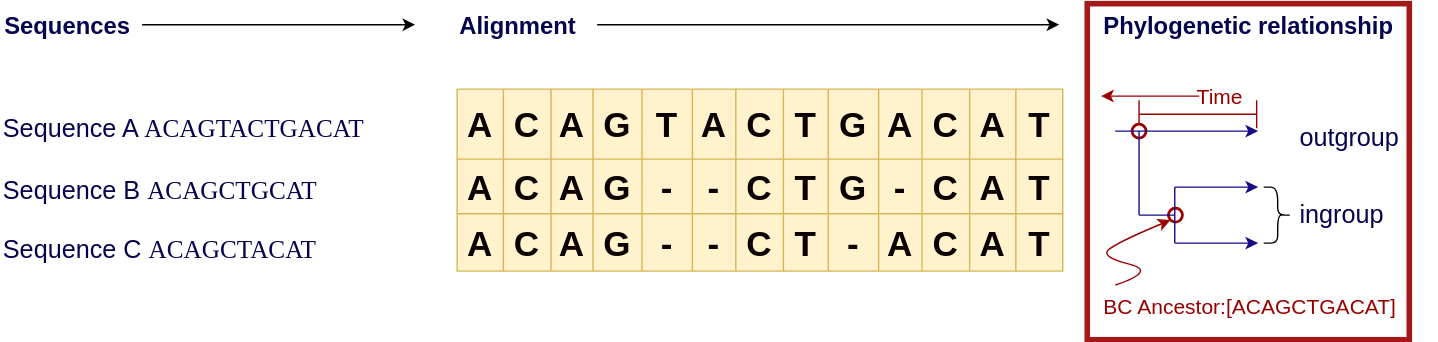
This is images/3alignment_infer.drawio.svg from khiron/dBGAlignSlides, a draw.io export, as it was before one commit. Source tidied: cells renumbered, new cells last; positions are measured from the earlier drawing's top-left corner, leaving out a move shared by most shapes.
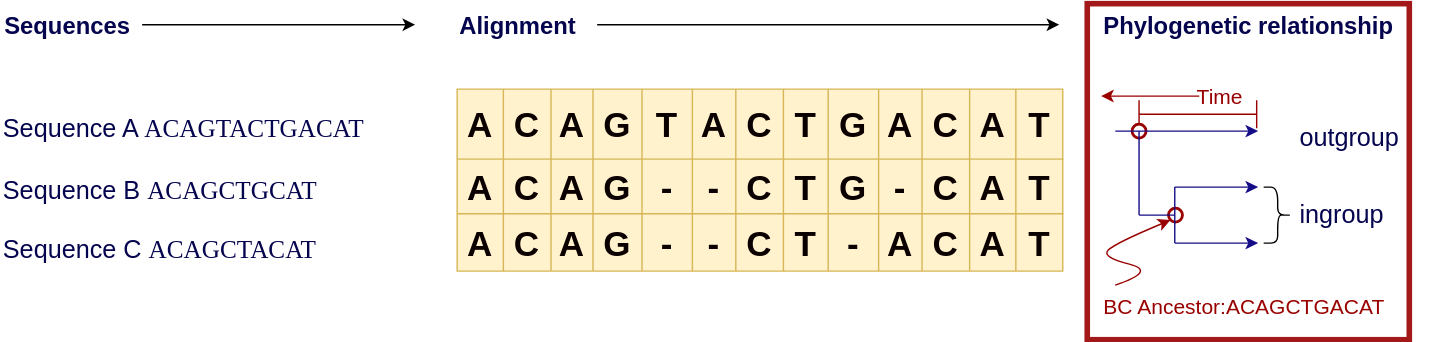
The same file after the commit.

Diff of the diagram source:
```diff
@@ -162,7 +162,7 @@
     <mxCell id="53" style="shape=curlyBracket;whiteSpace=wrap;html=1;rounded=1;flipH=1;labelPosition=right;verticalLabelPosition=middle;align=left;verticalAlign=middle;" parent="1" vertex="1">
       <mxGeometry x="902" y="131" width="20" height="40" as="geometry" />
     </mxCell>
-    <mxCell id="54" value="&lt;font style=&quot;font-size: 15px;&quot;&gt;BC Ancestor:[ACAGCTGACAT]&lt;/font&gt;" style="text;html=1;strokeColor=none;fillColor=none;align=left;verticalAlign=middle;whiteSpace=wrap;rounded=0;fontColor=#990000;" parent="1" vertex="1">
+    <mxCell id="54" value="&lt;font style=&quot;font-size: 15px;&quot;&gt;BC Ancestor:ACAGCTGACAT&lt;/font&gt;" style="text;html=1;strokeColor=none;fillColor=none;align=left;verticalAlign=middle;whiteSpace=wrap;rounded=0;fontColor=#990000;" parent="1" vertex="1">
       <mxGeometry x="785.5" y="201" width="213" height="30" as="geometry" />
     </mxCell>
     <mxCell id="55" style="curved=1;endArrow=classic;html=1;fontSize=15;strokeColor=#990000;exitX=0.049;exitY=0;exitDx=0;exitDy=0;exitPerimeter=0;entryX=0;entryY=1;entryDx=0;entryDy=0;" parent="1" edge="1" source="54" target="60">
```
